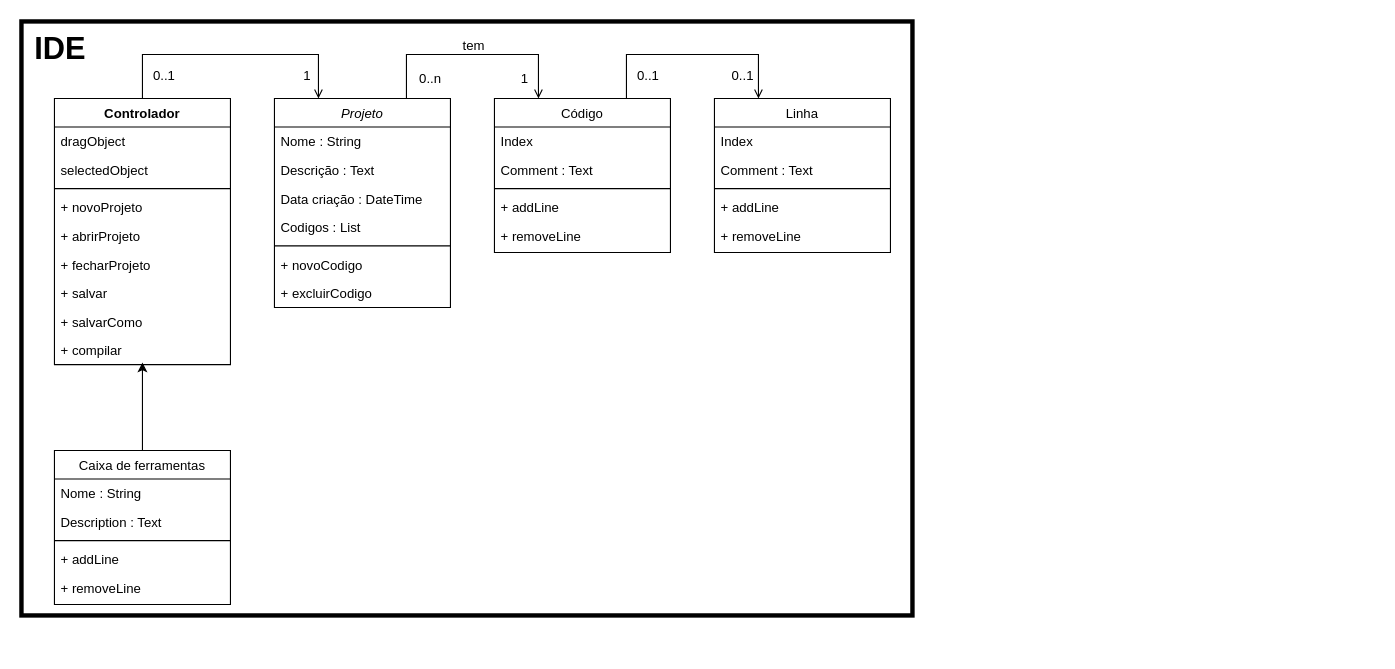
The draw.io diagram WPLC.drawio in NativiXK/WPLC, before the edit. Source tidied: cells renumbered, new cells numbered last; positions are measured from the earlier drawing's top-left corner, leaving out a move shared by most shapes. Both pictures are drawn from the tidied source at 110%, with x=0, y=0 at pixel (21, 21).
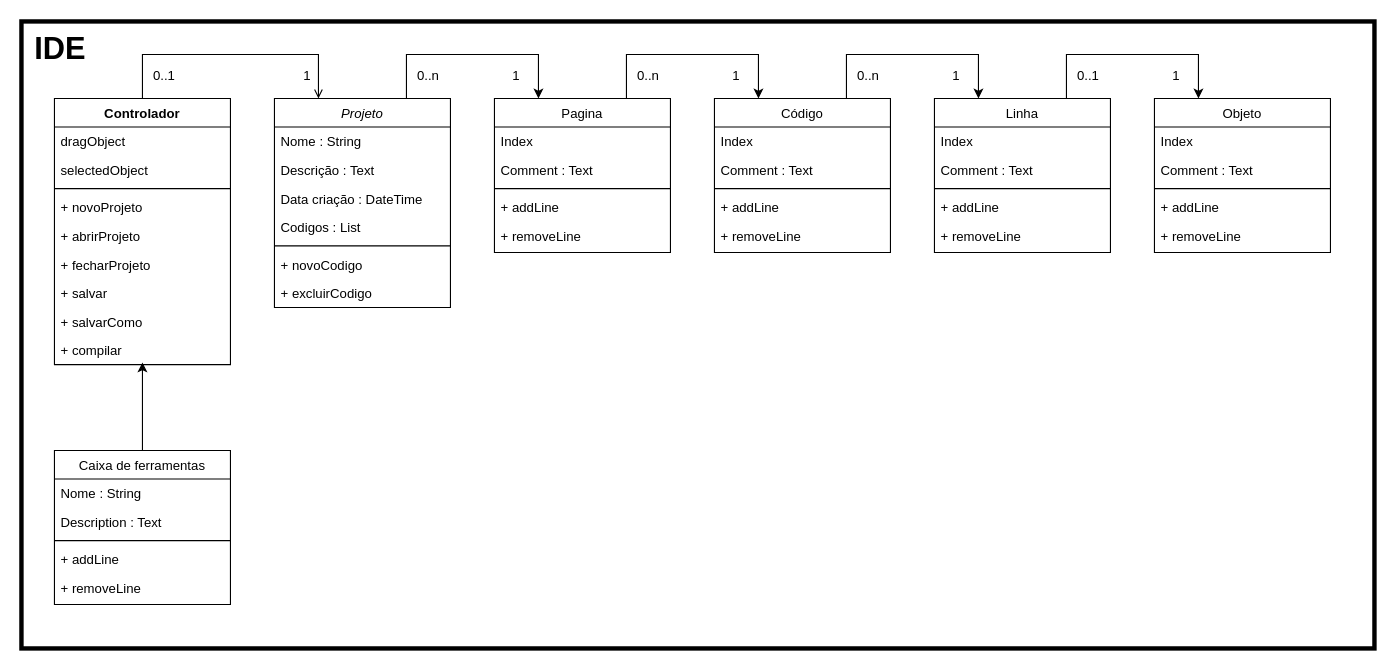
Above is the later version.

The change refers to these unchanged cells:
```xml
<mxCell id="3" value="Projeto" style="swimlane;fontStyle=2;align=center;verticalAlign=top;horizontal=1;startSize=26;rounded=0;shadow=0;strokeWidth=1;" parent="1" vertex="1">
  <mxGeometry x="230" y="70" width="160" height="190" as="geometry" />
</mxCell>
```

What changed in the source:
```diff
@@
     <mxCell id="2" style="rounded=0;whiteSpace=wrap;html=1;fillColor=none;strokeWidth=4;" parent="1" vertex="1">
-      <mxGeometry width="810" height="540" as="geometry" />
+      <mxGeometry width="1230" height="570" as="geometry" />
     </mxCell>
+    <mxCell id="51" style="edgeStyle=orthogonalEdgeStyle;rounded=0;jettySize=auto;html=1;exitX=0.75;exitY=0;exitDx=0;exitDy=0;entryX=0.25;entryY=0;entryDx=0;entryDy=0;" parent="1" edge="1" source="3" target="62">
+      <mxGeometry relative="1" as="geometry">
+        <Array as="points">
+          <mxPoint x="350" y="30" />
+          <mxPoint x="470" y="30" />
+        </Array>
+      </mxGeometry>
+    </mxCell>
@@
-    <mxCell id="11" style="edgeStyle=orthogonalEdgeStyle;rounded=0;jettySize=auto;html=1;exitX=0.75;exitY=0;exitDx=0;exitDy=0;entryX=0.25;entryY=0;entryDx=0;entryDy=0;fontSize=12;endArrow=open;endFill=0;" parent="1" edge="1" source="12" target="26">
+    <mxCell id="11" style="edgeStyle=orthogonalEdgeStyle;rounded=0;jettySize=auto;html=1;exitX=0.75;exitY=0;exitDx=0;exitDy=0;entryX=0.25;entryY=0;entryDx=0;entryDy=0;" parent="1" edge="1" source="12" target="26">
       <mxGeometry relative="1" as="geometry">
         <Array as="points">
-          <mxPoint x="550" y="30" />
-          <mxPoint x="670" y="30" />
+          <mxPoint x="750" y="30" />
+          <mxPoint x="870" y="30" />
         </Array>
       </mxGeometry>
     </mxCell>
     <mxCell id="12" value="Código" style="swimlane;fontStyle=0;align=center;verticalAlign=top;horizontal=1;startSize=26;rounded=0;shadow=0;strokeWidth=1;" parent="1" vertex="1">
-      <mxGeometry x="430" y="70" width="160" height="140" as="geometry" />
+      <mxGeometry x="630" y="70" width="160" height="140" as="geometry" />
     </mxCell>
@@
-    <mxCell id="18" style="endArrow=open;shadow=0;strokeWidth=1;rounded=0;endFill=1;edgeStyle=elbowEdgeStyle;elbow=vertical;exitX=0.75;exitY=0;exitDx=0;exitDy=0;entryX=0.25;entryY=0;entryDx=0;entryDy=0;" parent="1" edge="1" source="3" target="12">
-      <mxGeometry x="0.5" y="41" relative="1" as="geometry">
-        <Array as="points">
-          <mxPoint x="410" y="30" />
-          <mxPoint x="510" y="100" />
-          <mxPoint x="500" y="120" />
-        </Array>
-        <mxPoint x="-40" y="32" as="offset" />
-      </mxGeometry>
-    </mxCell>
-    <mxCell id="19" value="0..n" style="align=left;verticalAlign=bottom;labelBackgroundColor=none;fontSize=12;" parent="18" vertex="1">
-      <mxGeometry x="-1" relative="1" as="geometry">
-        <mxPoint x="10" y="-10" as="offset" />
-      </mxGeometry>
-    </mxCell>
-    <mxCell id="20" value="1" style="align=right;verticalAlign=bottom;labelBackgroundColor=none;fontSize=12;" parent="18" vertex="1">
-      <mxGeometry x="1" relative="1" as="geometry">
-        <mxPoint x="-8" y="-10" as="offset" />
-      </mxGeometry>
-    </mxCell>
-    <mxCell id="21" value="tem" style="text;html=1;align=center;verticalAlign=middle;labelBackgroundColor=none;rounded=0;shadow=0;strokeWidth=1;fontSize=12;" parent="18" vertex="1">
-      <mxGeometry x="0.5" y="49" relative="1" as="geometry">
-        <mxPoint x="-50" y="40" as="offset" />
-      </mxGeometry>
-    </mxCell>
@@
+    <mxCell id="52" style="edgeStyle=orthogonalEdgeStyle;rounded=0;jettySize=auto;html=1;exitX=0.75;exitY=0;exitDx=0;exitDy=0;entryX=0.25;entryY=0;entryDx=0;entryDy=0;" parent="1" edge="1" source="26" target="53">
+      <mxGeometry relative="1" as="geometry">
+        <Array as="points">
+          <mxPoint x="950" y="30" />
+          <mxPoint x="1070" y="30" />
+        </Array>
+      </mxGeometry>
+    </mxCell>
     <mxCell id="26" value="Linha" style="swimlane;fontStyle=0;align=center;verticalAlign=top;horizontal=1;startSize=26;rounded=0;shadow=0;strokeWidth=1;" parent="1" vertex="1">
-      <mxGeometry x="630" y="70" width="160" height="140" as="geometry" />
+      <mxGeometry x="830" y="70" width="160" height="140" as="geometry" />
     </mxCell>
@@
-    <mxCell id="32" value="0..1" style="text;html=1;strokeColor=none;fillColor=none;align=center;verticalAlign=middle;whiteSpace=wrap;rounded=0;fontSize=12;" parent="1" vertex="1">
-      <mxGeometry x="560" y="40" width="20" height="20" as="geometry" />
+    <mxCell id="32" value="0..n" style="text;html=1;strokeColor=none;fillColor=none;align=center;verticalAlign=middle;whiteSpace=wrap;rounded=0;fontSize=12;" parent="1" vertex="1">
+      <mxGeometry x="760" y="40" width="20" height="20" as="geometry" />
     </mxCell>
-    <mxCell id="33" value="0..1" style="text;html=1;strokeColor=none;fillColor=none;align=center;verticalAlign=middle;whiteSpace=wrap;rounded=0;fontSize=12;" parent="1" vertex="1">
-      <mxGeometry x="646" y="40" width="20" height="20" as="geometry" />
+    <mxCell id="33" value="1" style="text;html=1;strokeColor=none;fillColor=none;align=center;verticalAlign=middle;whiteSpace=wrap;rounded=0;fontSize=12;" parent="1" vertex="1">
+      <mxGeometry x="840" y="40" width="20" height="20" as="geometry" />
     </mxCell>
@@
+    <mxCell id="53" value="Objeto" style="swimlane;fontStyle=0;align=center;verticalAlign=top;horizontal=1;startSize=26;rounded=0;shadow=0;strokeWidth=1;" parent="1" vertex="1">
+      <mxGeometry x="1030" y="70" width="160" height="140" as="geometry" />
+    </mxCell>
+    <mxCell id="54" value="Index" style="text;align=left;verticalAlign=top;spacingLeft=4;spacingRight=4;overflow=hidden;rounded=0;shadow=0;html=0;" parent="53" vertex="1">
+      <mxGeometry y="26" width="160" height="26" as="geometry" />
+    </mxCell>
+    <mxCell id="55" value="Comment : Text" style="text;align=left;verticalAlign=top;spacingLeft=4;spacingRight=4;overflow=hidden;rounded=0;shadow=0;html=0;" parent="53" vertex="1">
+      <mxGeometry y="52" width="160" height="26" as="geometry" />
+    </mxCell>
+    <mxCell id="56" style="line;html=1;strokeWidth=1;align=left;verticalAlign=middle;spacingTop=-1;spacingLeft=3;spacingRight=3;labelPosition=right;" parent="53" vertex="1">
+      <mxGeometry y="78" width="160" height="8" as="geometry" />
+    </mxCell>
+    <mxCell id="57" value="+ addLine" style="text;align=left;verticalAlign=top;spacingLeft=4;spacingRight=4;overflow=hidden;" parent="53" vertex="1">
+      <mxGeometry y="86" width="160" height="26" as="geometry" />
+    </mxCell>
+    <mxCell id="58" value="+ removeLine" style="text;align=left;verticalAlign=top;spacingLeft=4;spacingRight=4;overflow=hidden;" parent="53" vertex="1">
+      <mxGeometry y="112" width="160" height="26" as="geometry" />
+    </mxCell>
+    <mxCell id="59" value="0..1" style="text;html=1;strokeColor=none;fillColor=none;align=center;verticalAlign=middle;whiteSpace=wrap;rounded=0;fontSize=12;" parent="1" vertex="1">
+      <mxGeometry x="960" y="40" width="20" height="20" as="geometry" />
+    </mxCell>
+    <mxCell id="60" value="1" style="text;html=1;strokeColor=none;fillColor=none;align=center;verticalAlign=middle;whiteSpace=wrap;rounded=0;fontSize=12;" parent="1" vertex="1">
+      <mxGeometry x="1040" y="40" width="20" height="20" as="geometry" />
+    </mxCell>
+    <mxCell id="61" style="edgeStyle=orthogonalEdgeStyle;rounded=0;jettySize=auto;html=1;exitX=0.75;exitY=0;exitDx=0;exitDy=0;entryX=0.25;entryY=0;entryDx=0;entryDy=0;" parent="1" edge="1" source="62" target="12">
+      <mxGeometry relative="1" as="geometry">
+        <Array as="points">
+          <mxPoint x="550" y="30" />
+          <mxPoint x="670" y="30" />
+        </Array>
+      </mxGeometry>
+    </mxCell>
+    <mxCell id="62" value="Pagina" style="swimlane;fontStyle=0;align=center;verticalAlign=top;horizontal=1;startSize=26;rounded=0;shadow=0;strokeWidth=1;" parent="1" vertex="1">
+      <mxGeometry x="430" y="70" width="160" height="140" as="geometry" />
+    </mxCell>
+    <mxCell id="63" value="Index" style="text;align=left;verticalAlign=top;spacingLeft=4;spacingRight=4;overflow=hidden;rounded=0;shadow=0;html=0;" parent="62" vertex="1">
+      <mxGeometry y="26" width="160" height="26" as="geometry" />
+    </mxCell>
+    <mxCell id="64" value="Comment : Text" style="text;align=left;verticalAlign=top;spacingLeft=4;spacingRight=4;overflow=hidden;rounded=0;shadow=0;html=0;" parent="62" vertex="1">
+      <mxGeometry y="52" width="160" height="26" as="geometry" />
+    </mxCell>
+    <mxCell id="65" style="line;html=1;strokeWidth=1;align=left;verticalAlign=middle;spacingTop=-1;spacingLeft=3;spacingRight=3;labelPosition=right;" parent="62" vertex="1">
+      <mxGeometry y="78" width="160" height="8" as="geometry" />
+    </mxCell>
+    <mxCell id="66" value="+ addLine" style="text;align=left;verticalAlign=top;spacingLeft=4;spacingRight=4;overflow=hidden;" parent="62" vertex="1">
+      <mxGeometry y="86" width="160" height="26" as="geometry" />
+    </mxCell>
+    <mxCell id="67" value="+ removeLine" style="text;align=left;verticalAlign=top;spacingLeft=4;spacingRight=4;overflow=hidden;" parent="62" vertex="1">
+      <mxGeometry y="112" width="160" height="26" as="geometry" />
+    </mxCell>
+    <mxCell id="68" value="0..n" style="text;html=1;strokeColor=none;fillColor=none;align=center;verticalAlign=middle;whiteSpace=wrap;rounded=0;fontSize=12;" parent="1" vertex="1">
+      <mxGeometry x="360" y="40" width="20" height="20" as="geometry" />
+    </mxCell>
+    <mxCell id="69" value="1" style="text;html=1;strokeColor=none;fillColor=none;align=center;verticalAlign=middle;whiteSpace=wrap;rounded=0;fontSize=12;" parent="1" vertex="1">
+      <mxGeometry x="440" y="40" width="20" height="20" as="geometry" />
+    </mxCell>
+    <mxCell id="70" value="0..n" style="text;html=1;strokeColor=none;fillColor=none;align=center;verticalAlign=middle;whiteSpace=wrap;rounded=0;fontSize=12;" parent="1" vertex="1">
+      <mxGeometry x="560" y="40" width="20" height="20" as="geometry" />
+    </mxCell>
+    <mxCell id="71" value="1" style="text;html=1;strokeColor=none;fillColor=none;align=center;verticalAlign=middle;whiteSpace=wrap;rounded=0;fontSize=12;" parent="1" vertex="1">
+      <mxGeometry x="640" y="40" width="20" height="20" as="geometry" />
+    </mxCell>
```
